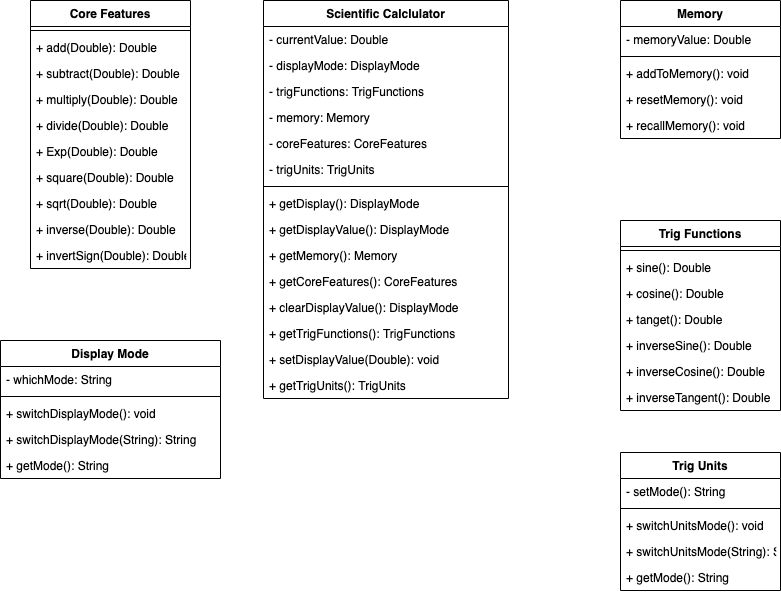
This is umls/ScientificCalculator.png from MalonHolmes/StayReadyLab02, a draw.io export, as it was before one commit. Source tidied: cells renumbered, new cells last; positions are measured from the earlier drawing's top-left corner, leaving out a move shared by most shapes.
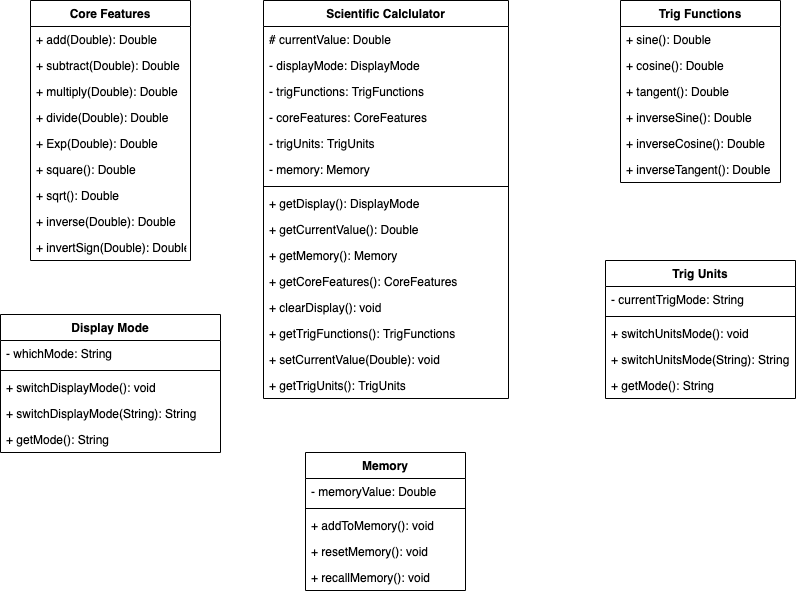
Later version of the same file.

Commit message:
Added SciCalc UML

The edit, as a diff of the source:
```diff
@@ -5,7 +5,7 @@
     <mxCell id="2" value="Scientific Calclulator" style="swimlane;fontStyle=1;align=center;verticalAlign=top;horizontal=1;startSize=26;" parent="1" vertex="1">
       <mxGeometry x="263" width="245" height="398" as="geometry" />
     </mxCell>
-    <mxCell id="3" value="- currentValue: Double&#10;" style="text;strokeColor=none;fillColor=none;align=left;verticalAlign=top;spacingLeft=4;spacingRight=4;overflow=hidden;" parent="2" vertex="1">
+    <mxCell id="3" value="# currentValue: Double&#10;" style="text;strokeColor=none;fillColor=none;align=left;verticalAlign=top;spacingLeft=4;spacingRight=4;overflow=hidden;" parent="2" vertex="1">
       <mxGeometry y="26" width="245" height="26" as="geometry" />
     </mxCell>
     <mxCell id="4" value="- displayMode: DisplayMode" style="text;strokeColor=none;fillColor=none;align=left;verticalAlign=top;spacingLeft=4;spacingRight=4;overflow=hidden;" parent="2" vertex="1">
@@ -14,22 +14,22 @@
     <mxCell id="5" value="- trigFunctions: TrigFunctions" style="text;strokeColor=none;fillColor=none;align=left;verticalAlign=top;spacingLeft=4;spacingRight=4;overflow=hidden;" parent="2" vertex="1">
       <mxGeometry y="78" width="245" height="26" as="geometry" />
     </mxCell>
-    <mxCell id="6" value="- memory: Memory" style="text;strokeColor=none;fillColor=none;align=left;verticalAlign=top;spacingLeft=4;spacingRight=4;overflow=hidden;" parent="2" vertex="1">
-      <mxGeometry y="104" width="245" height="26" as="geometry" />
-    </mxCell>
     <mxCell id="7" value="- coreFeatures: CoreFeatures" style="text;strokeColor=none;fillColor=none;align=left;verticalAlign=top;spacingLeft=4;spacingRight=4;overflow=hidden;" parent="2" vertex="1">
-      <mxGeometry y="130" width="245" height="26" as="geometry" />
+      <mxGeometry y="104" width="245" height="26" as="geometry" />
     </mxCell>
     <mxCell id="8" value="- trigUnits: TrigUnits" style="text;strokeColor=none;fillColor=none;align=left;verticalAlign=top;spacingLeft=4;spacingRight=4;overflow=hidden;" parent="2" vertex="1">
-      <mxGeometry y="156" width="245" height="26" as="geometry" />
+      <mxGeometry y="130" width="245" height="26" as="geometry" />
     </mxCell>
+    <mxCell id="6" value="- memory: Memory" style="text;strokeColor=none;fillColor=none;align=left;verticalAlign=top;spacingLeft=4;spacingRight=4;overflow=hidden;" parent="2" vertex="1">
+      <mxGeometry y="156" width="245" height="26" as="geometry" />
+    </mxCell>
     <mxCell id="9" style="line;strokeWidth=1;fillColor=none;align=left;verticalAlign=middle;spacingTop=-1;spacingLeft=3;spacingRight=3;labelPosition=right;" parent="2" vertex="1">
       <mxGeometry y="182" width="245" height="8" as="geometry" />
     </mxCell>
     <mxCell id="10" value="+ getDisplay(): DisplayMode" style="text;strokeColor=none;fillColor=none;align=left;verticalAlign=top;spacingLeft=4;spacingRight=4;overflow=hidden;" parent="2" vertex="1">
       <mxGeometry y="190" width="245" height="26" as="geometry" />
     </mxCell>
-    <mxCell id="11" value="+ getDisplayValue(): DisplayMode" style="text;strokeColor=none;fillColor=none;align=left;verticalAlign=top;spacingLeft=4;spacingRight=4;overflow=hidden;" parent="2" vertex="1">
+    <mxCell id="11" value="+ getCurrentValue(): Double&#10;" style="text;strokeColor=none;fillColor=none;align=left;verticalAlign=top;spacingLeft=4;spacingRight=4;overflow=hidden;" parent="2" vertex="1">
       <mxGeometry y="216" width="245" height="26" as="geometry" />
     </mxCell>
     <mxCell id="12" value="+ getMemory(): Memory" style="text;strokeColor=none;fillColor=none;align=left;verticalAlign=top;spacingLeft=4;spacingRight=4;overflow=hidden;" parent="2" vertex="1">
@@ -38,53 +38,89 @@
     <mxCell id="13" value="+ getCoreFeatures(): CoreFeatures" style="text;strokeColor=none;fillColor=none;align=left;verticalAlign=top;spacingLeft=4;spacingRight=4;overflow=hidden;" parent="2" vertex="1">
       <mxGeometry y="268" width="245" height="26" as="geometry" />
     </mxCell>
-    <mxCell id="14" value="+ clearDisplayValue(): DisplayMode" style="text;strokeColor=none;fillColor=none;align=left;verticalAlign=top;spacingLeft=4;spacingRight=4;overflow=hidden;" parent="2" vertex="1">
+    <mxCell id="14" value="+ clearDisplay(): void" style="text;strokeColor=none;fillColor=none;align=left;verticalAlign=top;spacingLeft=4;spacingRight=4;overflow=hidden;" parent="2" vertex="1">
       <mxGeometry y="294" width="245" height="26" as="geometry" />
     </mxCell>
     <mxCell id="15" value="+ getTrigFunctions(): TrigFunctions" style="text;strokeColor=none;fillColor=none;align=left;verticalAlign=top;spacingLeft=4;spacingRight=4;overflow=hidden;" parent="2" vertex="1">
       <mxGeometry y="320" width="245" height="26" as="geometry" />
     </mxCell>
-    <mxCell id="16" value="+ setDisplayValue(Double): void" style="text;strokeColor=none;fillColor=none;align=left;verticalAlign=top;spacingLeft=4;spacingRight=4;overflow=hidden;" parent="2" vertex="1">
+    <mxCell id="16" value="+ setCurrentValue(Double): void" style="text;strokeColor=none;fillColor=none;align=left;verticalAlign=top;spacingLeft=4;spacingRight=4;overflow=hidden;" parent="2" vertex="1">
       <mxGeometry y="346" width="245" height="26" as="geometry" />
     </mxCell>
     <mxCell id="17" value="+ getTrigUnits(): TrigUnits" style="text;strokeColor=none;fillColor=none;align=left;verticalAlign=top;spacingLeft=4;spacingRight=4;overflow=hidden;" parent="2" vertex="1">
       <mxGeometry y="372" width="245" height="26" as="geometry" />
     </mxCell>
     <mxCell id="18" value="Core Features" style="swimlane;fontStyle=1;align=center;verticalAlign=top;horizontal=1;startSize=26;" parent="1" vertex="1">
-      <mxGeometry x="30" width="160" height="268" as="geometry" />
+      <mxGeometry x="30" width="160" height="260" as="geometry" />
     </mxCell>
-    <mxCell id="19" style="line;strokeWidth=1;fillColor=none;align=left;verticalAlign=middle;spacingTop=-1;spacingLeft=3;spacingRight=3;labelPosition=right;" parent="18" vertex="1">
-      <mxGeometry y="26" width="160" height="8" as="geometry" />
-    </mxCell>
     <mxCell id="20" value="+ add(Double): Double" style="text;strokeColor=none;fillColor=none;align=left;verticalAlign=top;spacingLeft=4;spacingRight=4;overflow=hidden;" parent="18" vertex="1">
-      <mxGeometry y="34" width="160" height="26" as="geometry" />
+      <mxGeometry y="26" width="160" height="26" as="geometry" />
     </mxCell>
     <mxCell id="21" value="+ subtract(Double): Double" style="text;strokeColor=none;fillColor=none;align=left;verticalAlign=top;spacingLeft=4;spacingRight=4;overflow=hidden;" parent="18" vertex="1">
-      <mxGeometry y="60" width="160" height="26" as="geometry" />
+      <mxGeometry y="52" width="160" height="26" as="geometry" />
     </mxCell>
     <mxCell id="22" value="+ multiply(Double): Double" style="text;strokeColor=none;fillColor=none;align=left;verticalAlign=top;spacingLeft=4;spacingRight=4;overflow=hidden;" parent="18" vertex="1">
-      <mxGeometry y="86" width="160" height="26" as="geometry" />
+      <mxGeometry y="78" width="160" height="26" as="geometry" />
     </mxCell>
     <mxCell id="23" value="+ divide(Double): Double" style="text;strokeColor=none;fillColor=none;align=left;verticalAlign=top;spacingLeft=4;spacingRight=4;overflow=hidden;" parent="18" vertex="1">
-      <mxGeometry y="112" width="160" height="26" as="geometry" />
+      <mxGeometry y="104" width="160" height="26" as="geometry" />
     </mxCell>
     <mxCell id="24" value="+ Exp(Double): Double" style="text;strokeColor=none;fillColor=none;align=left;verticalAlign=top;spacingLeft=4;spacingRight=4;overflow=hidden;" parent="18" vertex="1">
-      <mxGeometry y="138" width="160" height="26" as="geometry" />
+      <mxGeometry y="130" width="160" height="26" as="geometry" />
     </mxCell>
-    <mxCell id="25" value="+ square(Double): Double" style="text;strokeColor=none;fillColor=none;align=left;verticalAlign=top;spacingLeft=4;spacingRight=4;overflow=hidden;" parent="18" vertex="1">
-      <mxGeometry y="164" width="160" height="26" as="geometry" />
+    <mxCell id="25" value="+ square(): Double" style="text;strokeColor=none;fillColor=none;align=left;verticalAlign=top;spacingLeft=4;spacingRight=4;overflow=hidden;" parent="18" vertex="1">
+      <mxGeometry y="156" width="160" height="26" as="geometry" />
     </mxCell>
-    <mxCell id="26" value="+ sqrt(Double): Double" style="text;strokeColor=none;fillColor=none;align=left;verticalAlign=top;spacingLeft=4;spacingRight=4;overflow=hidden;" parent="18" vertex="1">
-      <mxGeometry y="190" width="160" height="26" as="geometry" />
+    <mxCell id="26" value="+ sqrt(): Double" style="text;strokeColor=none;fillColor=none;align=left;verticalAlign=top;spacingLeft=4;spacingRight=4;overflow=hidden;" parent="18" vertex="1">
+      <mxGeometry y="182" width="160" height="26" as="geometry" />
     </mxCell>
     <mxCell id="27" value="+ inverse(Double): Double" style="text;strokeColor=none;fillColor=none;align=left;verticalAlign=top;spacingLeft=4;spacingRight=4;overflow=hidden;" parent="18" vertex="1">
-      <mxGeometry y="216" width="160" height="26" as="geometry" />
+      <mxGeometry y="208" width="160" height="26" as="geometry" />
     </mxCell>
     <mxCell id="28" value="+ invertSign(Double): Double" style="text;strokeColor=none;fillColor=none;align=left;verticalAlign=top;spacingLeft=4;spacingRight=4;overflow=hidden;" parent="18" vertex="1">
-      <mxGeometry y="242" width="160" height="26" as="geometry" />
+      <mxGeometry y="234" width="160" height="26" as="geometry" />
     </mxCell>
+    <mxCell id="41" value="Trig Functions&#10;" style="swimlane;fontStyle=1;align=center;verticalAlign=top;horizontal=1;startSize=26;" parent="1" vertex="1">
+      <mxGeometry x="620" width="160" height="182" as="geometry" />
+    </mxCell>
+    <mxCell id="43" value="+ sine(): Double" style="text;strokeColor=none;fillColor=none;align=left;verticalAlign=top;spacingLeft=4;spacingRight=4;overflow=hidden;" parent="41" vertex="1">
+      <mxGeometry y="26" width="160" height="26" as="geometry" />
+    </mxCell>
+    <mxCell id="44" value="+ cosine(): Double" style="text;strokeColor=none;fillColor=none;align=left;verticalAlign=top;spacingLeft=4;spacingRight=4;overflow=hidden;" parent="41" vertex="1">
+      <mxGeometry y="52" width="160" height="26" as="geometry" />
+    </mxCell>
+    <mxCell id="45" value="+ tangent(): Double" style="text;strokeColor=none;fillColor=none;align=left;verticalAlign=top;spacingLeft=4;spacingRight=4;overflow=hidden;" parent="41" vertex="1">
+      <mxGeometry y="78" width="160" height="26" as="geometry" />
+    </mxCell>
+    <mxCell id="46" value="+ inverseSine(): Double" style="text;strokeColor=none;fillColor=none;align=left;verticalAlign=top;spacingLeft=4;spacingRight=4;overflow=hidden;" parent="41" vertex="1">
+      <mxGeometry y="104" width="160" height="26" as="geometry" />
+    </mxCell>
+    <mxCell id="47" value="+ inverseCosine(): Double" style="text;strokeColor=none;fillColor=none;align=left;verticalAlign=top;spacingLeft=4;spacingRight=4;overflow=hidden;" parent="41" vertex="1">
+      <mxGeometry y="130" width="160" height="26" as="geometry" />
+    </mxCell>
+    <mxCell id="48" value="+ inverseTangent(): Double" style="text;strokeColor=none;fillColor=none;align=left;verticalAlign=top;spacingLeft=4;spacingRight=4;overflow=hidden;" parent="41" vertex="1">
+      <mxGeometry y="156" width="160" height="26" as="geometry" />
+    </mxCell>
+    <mxCell id="35" value="Memory" style="swimlane;fontStyle=1;align=center;verticalAlign=top;horizontal=1;startSize=26;" parent="1" vertex="1">
+      <mxGeometry x="305" y="452" width="160" height="138" as="geometry" />
+    </mxCell>
+    <mxCell id="36" value="- memoryValue: Double" style="text;strokeColor=none;fillColor=none;align=left;verticalAlign=top;spacingLeft=4;spacingRight=4;overflow=hidden;" parent="35" vertex="1">
+      <mxGeometry y="26" width="160" height="26" as="geometry" />
+    </mxCell>
+    <mxCell id="37" style="line;strokeWidth=1;fillColor=none;align=left;verticalAlign=middle;spacingTop=-1;spacingLeft=3;spacingRight=3;labelPosition=right;" parent="35" vertex="1">
+      <mxGeometry y="52" width="160" height="8" as="geometry" />
+    </mxCell>
+    <mxCell id="38" value="+ addToMemory(): void" style="text;strokeColor=none;fillColor=none;align=left;verticalAlign=top;spacingLeft=4;spacingRight=4;overflow=hidden;" parent="35" vertex="1">
+      <mxGeometry y="60" width="160" height="26" as="geometry" />
+    </mxCell>
+    <mxCell id="39" value="+ resetMemory(): void" style="text;strokeColor=none;fillColor=none;align=left;verticalAlign=top;spacingLeft=4;spacingRight=4;overflow=hidden;" parent="35" vertex="1">
+      <mxGeometry y="86" width="160" height="26" as="geometry" />
+    </mxCell>
+    <mxCell id="40" value="+ recallMemory(): void" style="text;strokeColor=none;fillColor=none;align=left;verticalAlign=top;spacingLeft=4;spacingRight=4;overflow=hidden;" parent="35" vertex="1">
+      <mxGeometry y="112" width="160" height="26" as="geometry" />
+    </mxCell>
     <mxCell id="29" value="Display Mode" style="swimlane;fontStyle=1;align=center;verticalAlign=top;horizontal=1;startSize=26;" parent="1" vertex="1">
-      <mxGeometry y="340" width="220" height="138" as="geometry" />
+      <mxGeometry y="314" width="220" height="138" as="geometry" />
     </mxCell>
     <mxCell id="30" value="- whichMode: String" style="text;strokeColor=none;fillColor=none;align=left;verticalAlign=top;spacingLeft=4;spacingRight=4;overflow=hidden;" parent="29" vertex="1">
       <mxGeometry y="26" width="220" height="26" as="geometry" />
@@ -101,65 +137,23 @@
     <mxCell id="34" value="+ getMode(): String" style="text;strokeColor=none;fillColor=none;align=left;verticalAlign=top;spacingLeft=4;spacingRight=4;overflow=hidden;" parent="29" vertex="1">
       <mxGeometry y="112" width="220" height="26" as="geometry" />
     </mxCell>
-    <mxCell id="35" value="Memory" style="swimlane;fontStyle=1;align=center;verticalAlign=top;horizontal=1;startSize=26;" parent="1" vertex="1">
-      <mxGeometry x="620" width="160" height="138" as="geometry" />
-    </mxCell>
-    <mxCell id="36" value="- memoryValue: Double&#10;" style="text;strokeColor=none;fillColor=none;align=left;verticalAlign=top;spacingLeft=4;spacingRight=4;overflow=hidden;" parent="35" vertex="1">
-      <mxGeometry y="26" width="160" height="26" as="geometry" />
-    </mxCell>
-    <mxCell id="37" style="line;strokeWidth=1;fillColor=none;align=left;verticalAlign=middle;spacingTop=-1;spacingLeft=3;spacingRight=3;labelPosition=right;" parent="35" vertex="1">
-      <mxGeometry y="52" width="160" height="8" as="geometry" />
-    </mxCell>
-    <mxCell id="38" value="+ addToMemory(): void" style="text;strokeColor=none;fillColor=none;align=left;verticalAlign=top;spacingLeft=4;spacingRight=4;overflow=hidden;" parent="35" vertex="1">
-      <mxGeometry y="60" width="160" height="26" as="geometry" />
-    </mxCell>
-    <mxCell id="39" value="+ resetMemory(): void" style="text;strokeColor=none;fillColor=none;align=left;verticalAlign=top;spacingLeft=4;spacingRight=4;overflow=hidden;" parent="35" vertex="1">
-      <mxGeometry y="86" width="160" height="26" as="geometry" />
-    </mxCell>
-    <mxCell id="40" value="+ recallMemory(): void" style="text;strokeColor=none;fillColor=none;align=left;verticalAlign=top;spacingLeft=4;spacingRight=4;overflow=hidden;" parent="35" vertex="1">
-      <mxGeometry y="112" width="160" height="26" as="geometry" />
-    </mxCell>
-    <mxCell id="41" value="Trig Functions&#10;" style="swimlane;fontStyle=1;align=center;verticalAlign=top;horizontal=1;startSize=26;" parent="1" vertex="1">
-      <mxGeometry x="620" y="220" width="160" height="190" as="geometry" />
-    </mxCell>
-    <mxCell id="42" style="line;strokeWidth=1;fillColor=none;align=left;verticalAlign=middle;spacingTop=-1;spacingLeft=3;spacingRight=3;labelPosition=right;" parent="41" vertex="1">
-      <mxGeometry y="26" width="160" height="8" as="geometry" />
-    </mxCell>
-    <mxCell id="43" value="+ sine(): Double" style="text;strokeColor=none;fillColor=none;align=left;verticalAlign=top;spacingLeft=4;spacingRight=4;overflow=hidden;" parent="41" vertex="1">
-      <mxGeometry y="34" width="160" height="26" as="geometry" />
-    </mxCell>
-    <mxCell id="44" value="+ cosine(): Double" style="text;strokeColor=none;fillColor=none;align=left;verticalAlign=top;spacingLeft=4;spacingRight=4;overflow=hidden;" parent="41" vertex="1">
-      <mxGeometry y="60" width="160" height="26" as="geometry" />
-    </mxCell>
-    <mxCell id="45" value="+ tanget(): Double" style="text;strokeColor=none;fillColor=none;align=left;verticalAlign=top;spacingLeft=4;spacingRight=4;overflow=hidden;" parent="41" vertex="1">
-      <mxGeometry y="86" width="160" height="26" as="geometry" />
-    </mxCell>
-    <mxCell id="46" value="+ inverseSine(): Double" style="text;strokeColor=none;fillColor=none;align=left;verticalAlign=top;spacingLeft=4;spacingRight=4;overflow=hidden;" parent="41" vertex="1">
-      <mxGeometry y="112" width="160" height="26" as="geometry" />
-    </mxCell>
-    <mxCell id="47" value="+ inverseCosine(): Double" style="text;strokeColor=none;fillColor=none;align=left;verticalAlign=top;spacingLeft=4;spacingRight=4;overflow=hidden;" parent="41" vertex="1">
-      <mxGeometry y="138" width="160" height="26" as="geometry" />
-    </mxCell>
-    <mxCell id="48" value="+ inverseTangent(): Double" style="text;strokeColor=none;fillColor=none;align=left;verticalAlign=top;spacingLeft=4;spacingRight=4;overflow=hidden;" parent="41" vertex="1">
-      <mxGeometry y="164" width="160" height="26" as="geometry" />
-    </mxCell>
     <mxCell id="49" value="Trig Units" style="swimlane;fontStyle=1;align=center;verticalAlign=top;horizontal=1;startSize=26;" parent="1" vertex="1">
-      <mxGeometry x="620" y="452" width="160" height="138" as="geometry" />
+      <mxGeometry x="605" y="260" width="190" height="138" as="geometry" />
     </mxCell>
-    <mxCell id="50" value="- setMode(): String" style="text;strokeColor=none;fillColor=none;align=left;verticalAlign=top;spacingLeft=4;spacingRight=4;overflow=hidden;" parent="49" vertex="1">
-      <mxGeometry y="26" width="160" height="26" as="geometry" />
+    <mxCell id="50" value="- currentTrigMode: String" style="text;strokeColor=none;fillColor=none;align=left;verticalAlign=top;spacingLeft=4;spacingRight=4;overflow=hidden;" parent="49" vertex="1">
+      <mxGeometry y="26" width="190" height="26" as="geometry" />
     </mxCell>
     <mxCell id="51" style="line;strokeWidth=1;fillColor=none;align=left;verticalAlign=middle;spacingTop=-1;spacingLeft=3;spacingRight=3;labelPosition=right;" parent="49" vertex="1">
-      <mxGeometry y="52" width="160" height="8" as="geometry" />
+      <mxGeometry y="52" width="190" height="8" as="geometry" />
     </mxCell>
     <mxCell id="52" value="+ switchUnitsMode(): void" style="text;strokeColor=none;fillColor=none;align=left;verticalAlign=top;spacingLeft=4;spacingRight=4;overflow=hidden;" parent="49" vertex="1">
-      <mxGeometry y="60" width="160" height="26" as="geometry" />
+      <mxGeometry y="60" width="190" height="26" as="geometry" />
     </mxCell>
     <mxCell id="53" value="+ switchUnitsMode(String): String" style="text;strokeColor=none;fillColor=none;align=left;verticalAlign=top;spacingLeft=4;spacingRight=4;overflow=hidden;" parent="49" vertex="1">
-      <mxGeometry y="86" width="160" height="26" as="geometry" />
+      <mxGeometry y="86" width="190" height="26" as="geometry" />
     </mxCell>
     <mxCell id="54" value="+ getMode(): String" style="text;strokeColor=none;fillColor=none;align=left;verticalAlign=top;spacingLeft=4;spacingRight=4;overflow=hidden;" parent="49" vertex="1">
-      <mxGeometry y="112" width="160" height="26" as="geometry" />
+      <mxGeometry y="112" width="190" height="26" as="geometry" />
     </mxCell>
   </root>
 </mxGraphModel>
```
